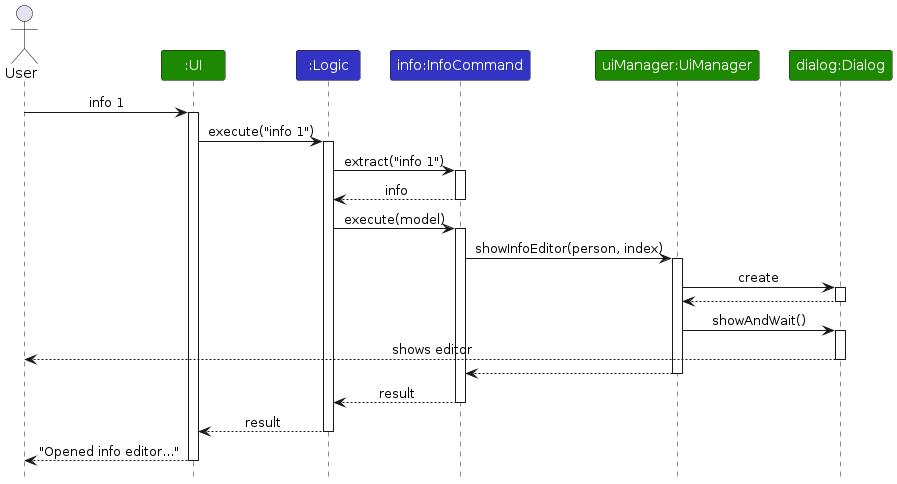
AY2526S1-CS2103T-T13-2/tp keeps this PlantUML diagram as diagrams/InfoSequenceDiagram.png. Above is the earlier version. Its source is kept beside it as diagrams/InfoSequenceDiagram.puml. Its diagram source:
```plantuml
@startuml
!include style.puml
skinparam ArrowFontStyle plain

actor User
participant ":UI" as UI UI_COLOR
participant ":Logic" as Logic LOGIC_COLOR
participant "info:InfoCommand" as InfoCommand LOGIC_COLOR
participant "uiManager:UiManager" as UiManager UI_COLOR
participant "dialog:Dialog" as Dialog UI_COLOR

User -> UI : info 1
activate UI
UI -> Logic : execute("info 1")
activate Logic
Logic -> InfoCommand : extract("info 1")
activate InfoCommand
InfoCommand --> Logic : info
deactivate InfoCommand
Logic -> InfoCommand : execute(model)
activate InfoCommand
InfoCommand -> UiManager : showInfoEditor(person, index)
activate UiManager
UiManager -> Dialog : create
activate Dialog
Dialog --> UiManager
deactivate Dialog
UiManager -> Dialog : showAndWait()
activate Dialog
Dialog --> User : shows editor
deactivate Dialog
UiManager --> InfoCommand
deactivate UiManager
InfoCommand --> Logic : result
deactivate InfoCommand
Logic --> UI : result
deactivate Logic
UI --> User : "Opened info editor..."
deactivate UI
@enduml
```
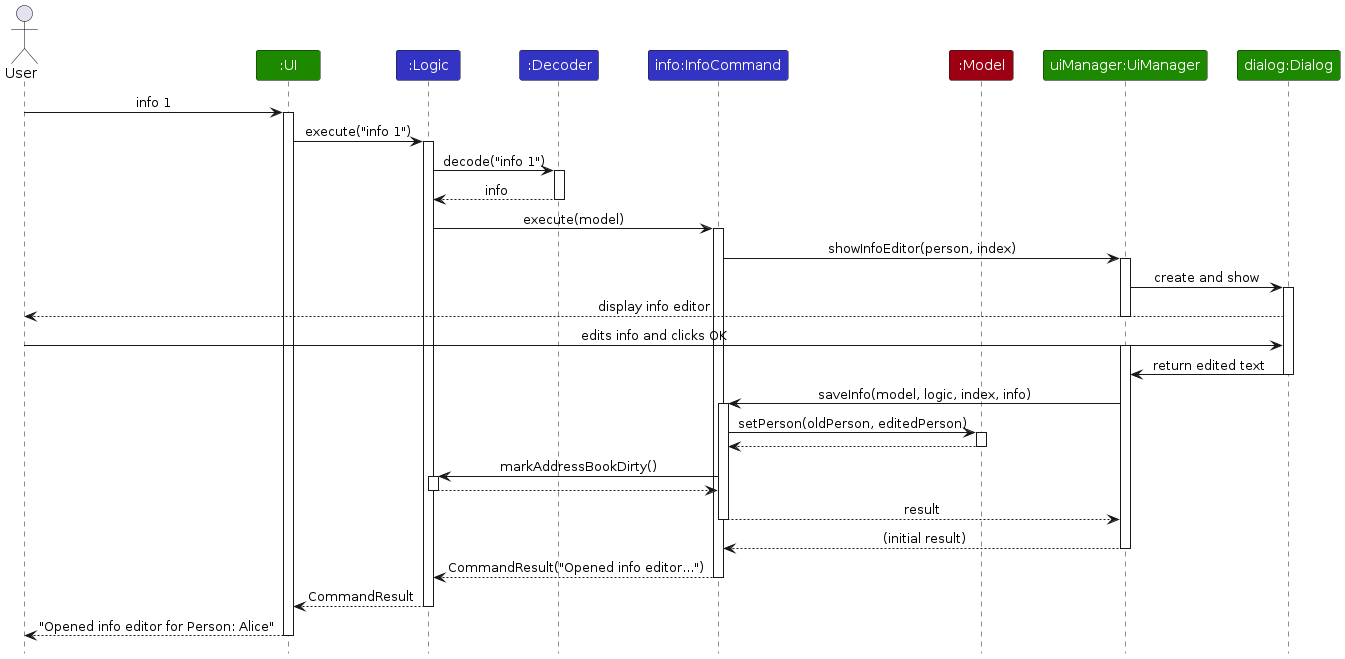
After the commit.

Change to the diagram source:
```diff
@@ -5,36 +5,67 @@
 actor User
 participant ":UI" as UI UI_COLOR
 participant ":Logic" as Logic LOGIC_COLOR
+participant ":Decoder" as Decoder LOGIC_COLOR
 participant "info:InfoCommand" as InfoCommand LOGIC_COLOR
+participant ":Model" as Model MODEL_COLOR
 participant "uiManager:UiManager" as UiManager UI_COLOR
 participant "dialog:Dialog" as Dialog UI_COLOR
 
 User -> UI : info 1
 activate UI
+
 UI -> Logic : execute("info 1")
 activate Logic
-Logic -> InfoCommand : extract("info 1")
-activate InfoCommand
-InfoCommand --> Logic : info
-deactivate InfoCommand
+
+Logic -> Decoder : decode("info 1")
+activate Decoder
+Decoder --> Logic : info
+deactivate Decoder
+
 Logic -> InfoCommand : execute(model)
 activate InfoCommand
+
 InfoCommand -> UiManager : showInfoEditor(person, index)
 activate UiManager
-UiManager -> Dialog : create
+
+UiManager -> Dialog : create and show
 activate Dialog
-Dialog --> UiManager
+
+Dialog --> User : display info editor
+deactivate UiManager
+
+User -> Dialog : edits info and clicks OK
+activate UiManager
+
+Dialog -> UiManager : return edited text
 deactivate Dialog
-UiManager -> Dialog : showAndWait()
-activate Dialog
-Dialog --> User : shows editor
-deactivate Dialog
-UiManager --> InfoCommand
+
+UiManager -> InfoCommand : saveInfo(model, logic, index, info)
+activate InfoCommand
+
+InfoCommand -> Model : setPerson(oldPerson, editedPerson)
+activate Model
+Model --> InfoCommand
+deactivate Model
+
+InfoCommand -> Logic : markAddressBookDirty()
+activate Logic
+Logic --> InfoCommand
+deactivate Logic
+
+InfoCommand --> UiManager : result
+deactivate InfoCommand
+
+UiManager --> InfoCommand : (initial result)
 deactivate UiManager
-InfoCommand --> Logic : result
+
+InfoCommand --> Logic : CommandResult("Opened info editor...")
 deactivate InfoCommand
-Logic --> UI : result
+
+Logic --> UI : CommandResult
 deactivate Logic
-UI --> User : "Opened info editor..."
+
+UI --> User : "Opened info editor for Person: Alice"
 deactivate UI
+
 @enduml
```
